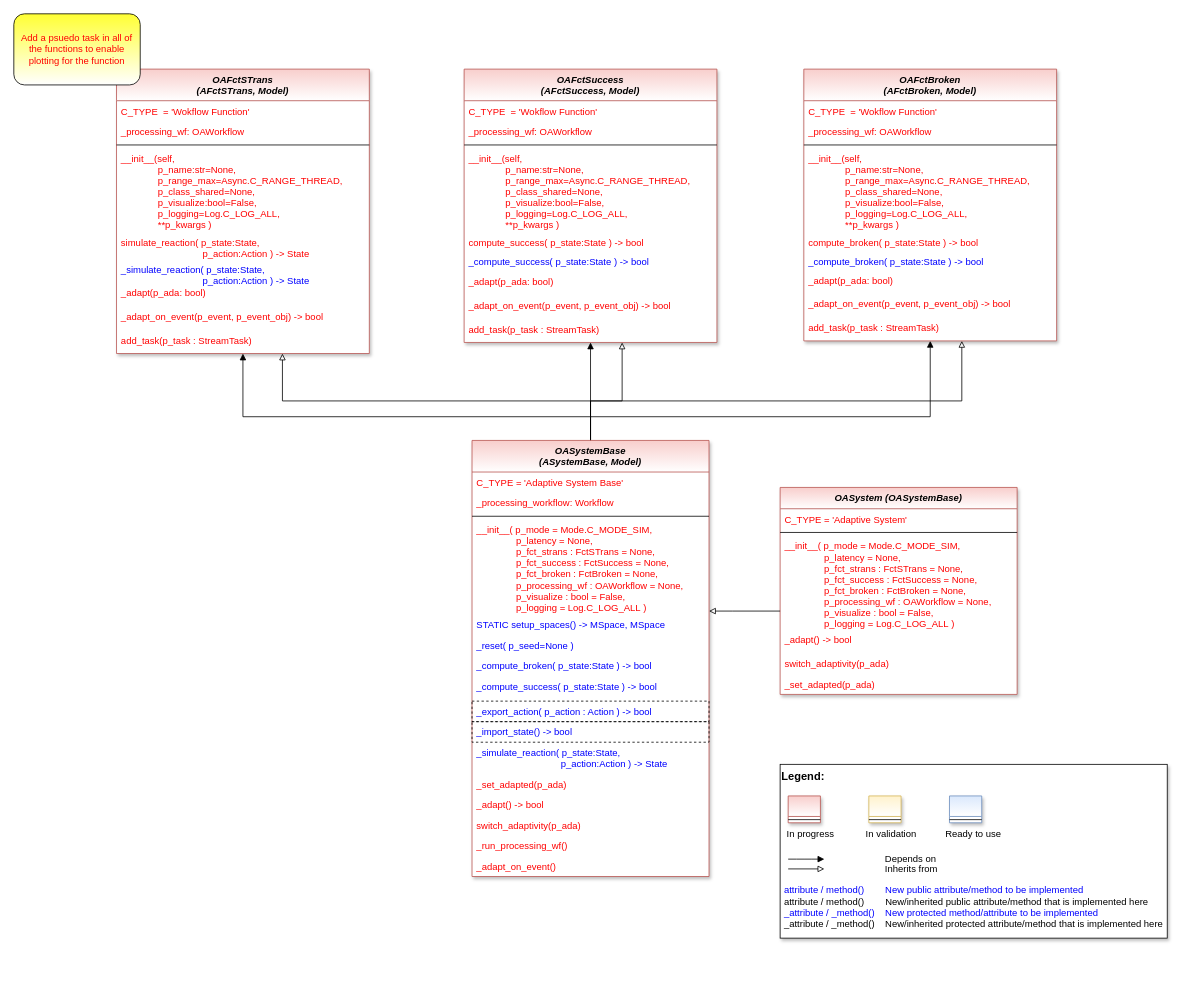
Above: doc/rtd/content/04_appendices/appendix2/sub/core/mlpro_oa/images/MLPro-OA-Systems_OASystems.drawio in fhswf/MLPro (draw.io), before the change. Source tidied: cells renumbered, new cells numbered last; positions are measured from the earlier drawing's top-left corner, leaving out a move shared by most shapes. Both pictures are drawn from the tidied source at 79%, with x=0, y=0 at pixel (13, 13).
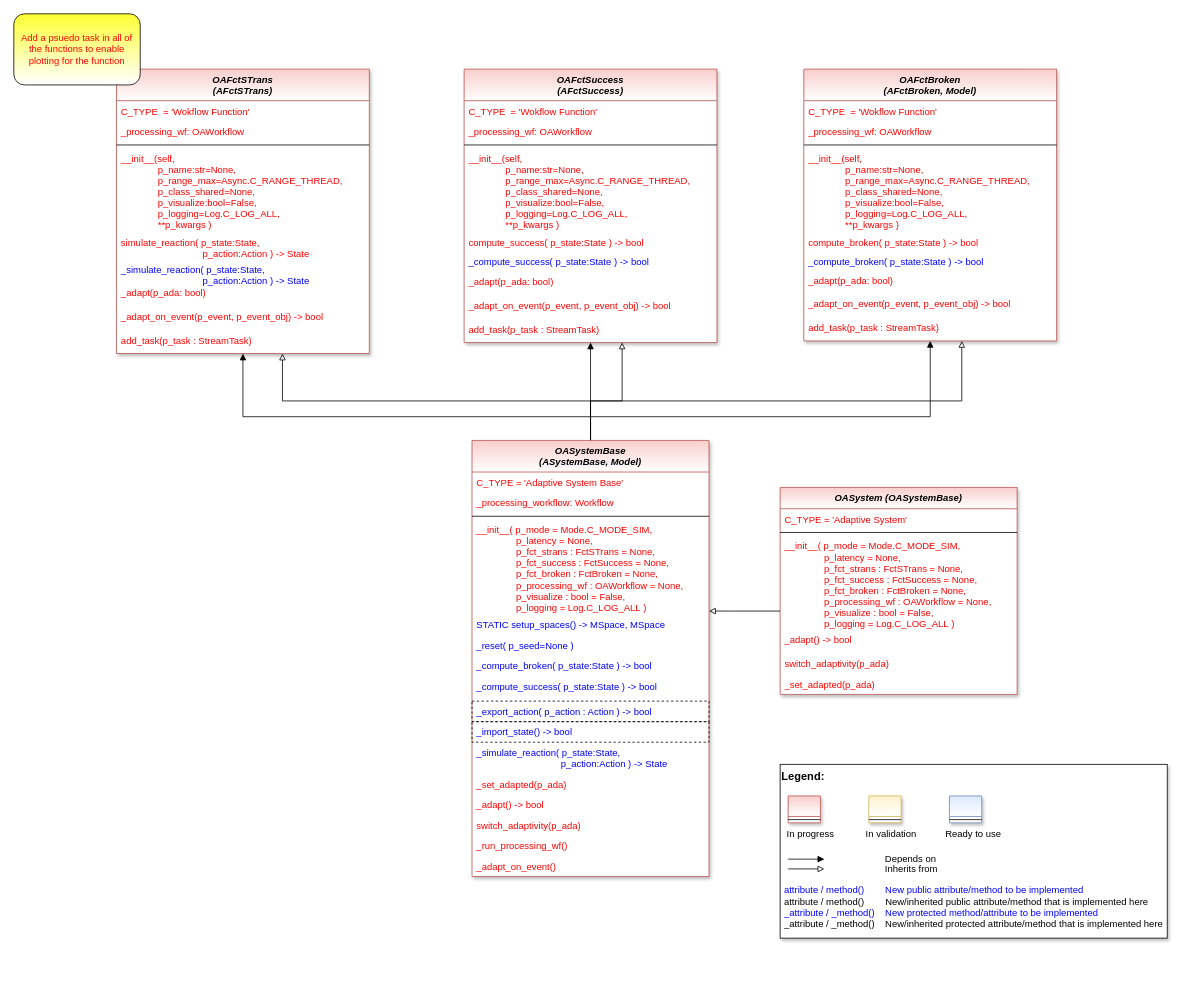
Above is the later version.

Change to the diagram source:
```diff
@@
-    <mxCell id="33" value="OAFctSTrans&#10;(AFctSTrans, Model)" style="swimlane;fontStyle=3;align=center;verticalAlign=top;horizontal=1;startSize=40;rounded=0;shadow=1;strokeWidth=1;fillColor=#f8cecc;strokeColor=#b85450;swimlaneFillColor=#ffffff;gradientColor=#FFFFFF;" parent="1" vertex="1">
+    <mxCell id="33" value="OAFctSTrans&#10;(AFctSTrans)" style="swimlane;fontStyle=3;align=center;verticalAlign=top;horizontal=1;startSize=40;rounded=0;shadow=1;strokeWidth=1;fillColor=#f8cecc;strokeColor=#b85450;swimlaneFillColor=#ffffff;gradientColor=#FFFFFF;" parent="1" vertex="1">
       <mxGeometry x="130" y="70" width="320" height="360" as="geometry" />
     </mxCell>
@@
-    <mxCell id="43" value="OAFctSuccess&#10;(AFctSuccess, Model)" style="swimlane;fontStyle=3;align=center;verticalAlign=top;horizontal=1;startSize=40;rounded=0;shadow=1;strokeWidth=1;fillColor=#f8cecc;strokeColor=#b85450;swimlaneFillColor=#ffffff;gradientColor=#FFFFFF;" parent="1" vertex="1">
+    <mxCell id="43" value="OAFctSuccess&#10;(AFctSuccess)" style="swimlane;fontStyle=3;align=center;verticalAlign=top;horizontal=1;startSize=40;rounded=0;shadow=1;strokeWidth=1;fillColor=#f8cecc;strokeColor=#b85450;swimlaneFillColor=#ffffff;gradientColor=#FFFFFF;" parent="1" vertex="1">
       <mxGeometry x="570" y="70" width="320" height="346" as="geometry" />
     </mxCell>
```
